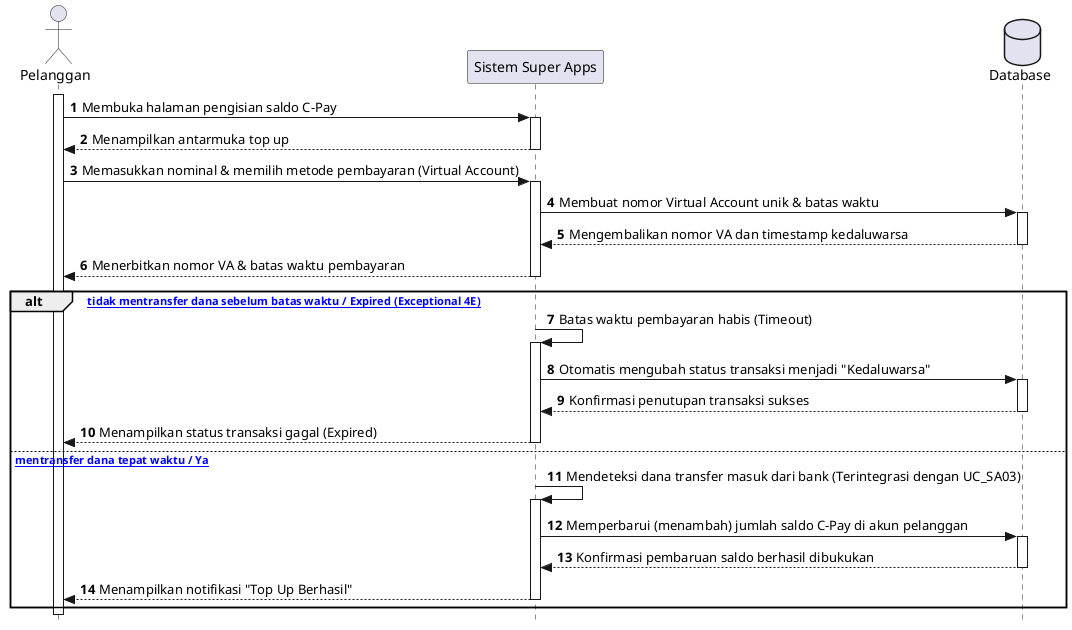
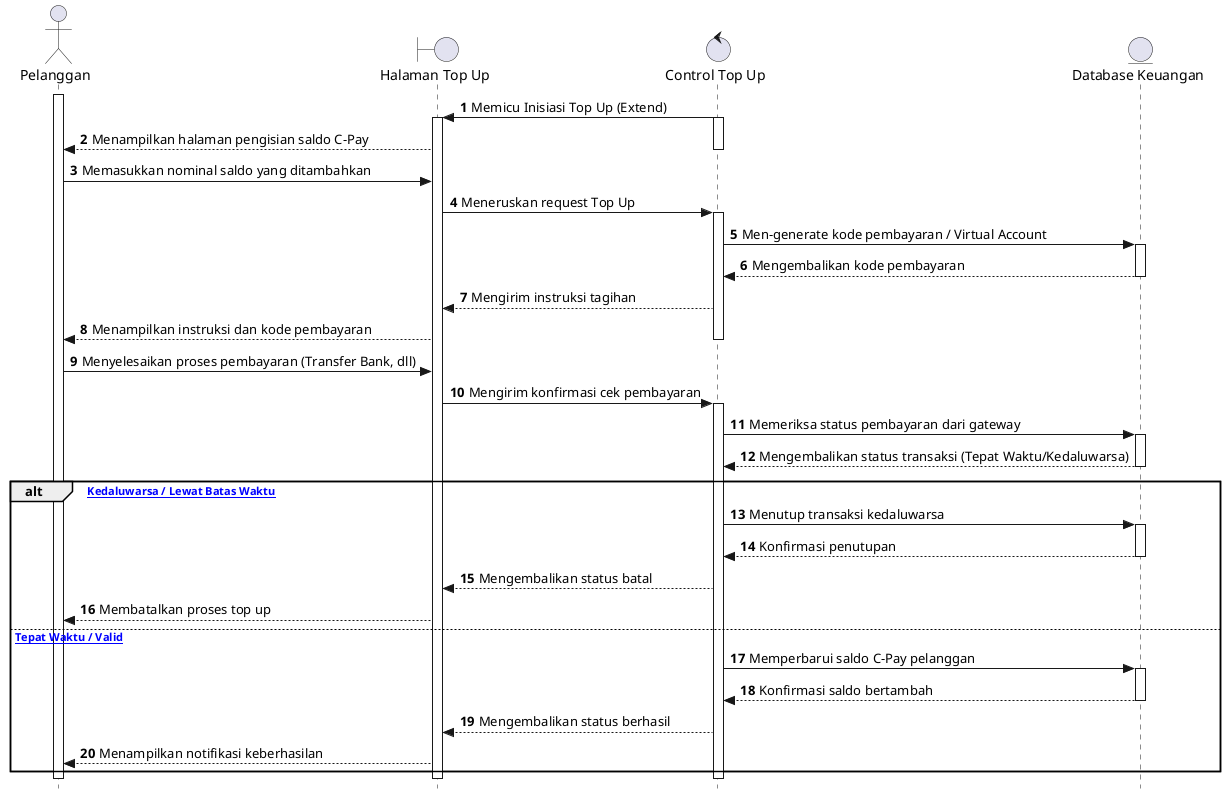
@startuml
autonumber
skinparam style strictuml

actor Pelanggan
- participant "Sistem Super Apps" as App
- database "Database" as DB
+ boundary "Halaman Top Up" as Form
+ control "Control Top Up" as Ctrl
+ entity "Database Keuangan" as DB

activate Pelanggan
- Pelanggan -> App: Membuka halaman pengisian saldo C-Pay
- activate App
- App --> Pelanggan: Menampilkan antarmuka top up
- deactivate App
+ Ctrl -> Form: Memicu Inisiasi Top Up (Extend)
+ activate Ctrl
+ activate Form
+ Form --> Pelanggan: Menampilkan halaman pengisian saldo C-Pay
+ deactivate Ctrl

- Pelanggan -> App: Memasukkan nominal & memilih metode pembayaran (Virtual Account)
- activate App
- App -> DB: Membuat nomor Virtual Account unik & batas waktu
+ Pelanggan -> Form: Memasukkan nominal saldo yang ditambahkan
+ Form -> Ctrl: Meneruskan request Top Up
+ activate Ctrl
+ Ctrl -> DB: Men-generate kode pembayaran / Virtual Account
activate DB
- DB --> App: Mengembalikan nomor VA dan timestamp kedaluwarsa
+ DB --> Ctrl: Mengembalikan kode pembayaran
deactivate DB
- App --> Pelanggan: Menerbitkan nomor VA & batas waktu pembayaran
- deactivate App
+ Ctrl --> Form: Mengirim instruksi tagihan
+ Form --> Pelanggan: Menampilkan instruksi dan kode pembayaran
+ deactivate Ctrl

- alt [Pelanggan tidak mentransfer dana sebelum batas waktu / Expired (Exceptional 4E)]
-     App -> App: Batas waktu pembayaran habis (Timeout)
-     activate App
-     App -> DB: Otomatis mengubah status transaksi menjadi "Kedaluwarsa"
+ Pelanggan -> Form: Menyelesaikan proses pembayaran (Transfer Bank, dll)
+ Form -> Ctrl: Mengirim konfirmasi cek pembayaran
+ activate Ctrl
+ Ctrl -> DB: Memeriksa status pembayaran dari gateway
+ activate DB
+ DB --> Ctrl: Mengembalikan status transaksi (Tepat Waktu/Kedaluwarsa)
+ deactivate DB
+ 
+ alt [Pembayaran Kedaluwarsa / Lewat Batas Waktu]
+     Ctrl -> DB: Menutup transaksi kedaluwarsa
    activate DB
-     DB --> App: Konfirmasi penutupan transaksi sukses
+     DB --> Ctrl: Konfirmasi penutupan
    deactivate DB
-     App --> Pelanggan: Menampilkan status transaksi gagal (Expired)
-     deactivate App
- else [Pelanggan mentransfer dana tepat waktu / Ya]
-     App -> App: Mendeteksi dana transfer masuk dari bank (Terintegrasi dengan UC_SA03)
-     activate App
-     App -> DB: Memperbarui (menambah) jumlah saldo C-Pay di akun pelanggan
+     Ctrl --> Form: Mengembalikan status batal
+     Form --> Pelanggan: Membatalkan proses top up
+ else [Pembayaran Tepat Waktu / Valid]
+     Ctrl -> DB: Memperbarui saldo C-Pay pelanggan
    activate DB
-     DB --> App: Konfirmasi pembaruan saldo berhasil dibukukan
+     DB --> Ctrl: Konfirmasi saldo bertambah
    deactivate DB
-     App --> Pelanggan: Menampilkan notifikasi "Top Up Berhasil"
-     deactivate App
+     Ctrl --> Form: Mengembalikan status berhasil
+     Form --> Pelanggan: Menampilkan notifikasi keberhasilan
end

+ deactivate Ctrl
+ deactivate Form
deactivate Pelanggan
@enduml